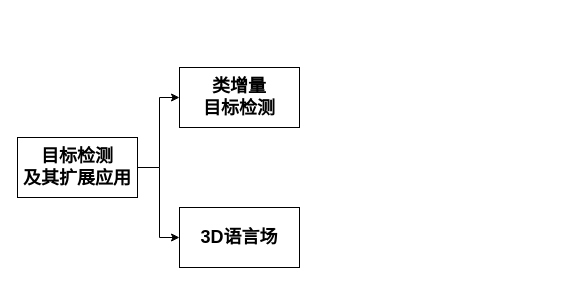
The draw.io diagram 方法脉络图.drawio in wangdayan/HuffmanTree, before the edit. Source tidied: cells renumbered, new cells numbered last; positions are measured from the earlier drawing's top-left corner, leaving out a move shared by most shapes. Both pictures are drawn from the tidied source at 100%, with x=0, y=0 at pixel (17, 67).
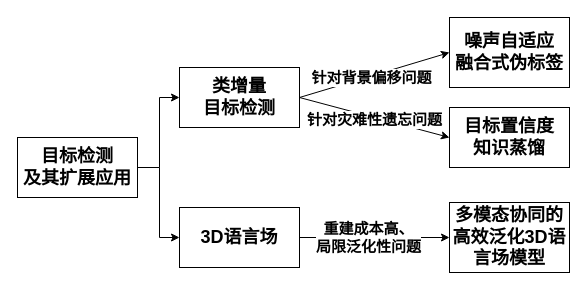
The same diagram, later.

Commit message:
方法脉络图.drawio

Unchanged cells that the change refers to:
```xml
<mxCell id="3" value="&lt;span style=&quot;font-size: 18px;&quot;&gt;&lt;b&gt;类增量&lt;/b&gt;&lt;/span&gt;&lt;div&gt;&lt;span style=&quot;font-size: 18px;&quot;&gt;&lt;b&gt;目标检测&lt;/b&gt;&lt;/span&gt;&lt;/div&gt;" style="rounded=0;whiteSpace=wrap;html=1;" parent="1" vertex="1">
  <mxGeometry x="162" width="120" height="60" as="geometry" />
</mxCell>
<mxCell id="4" value="&lt;span style=&quot;font-size: 18px;&quot;&gt;&lt;b&gt;3D语言场&lt;/b&gt;&lt;/span&gt;" style="rounded=0;whiteSpace=wrap;html=1;" parent="1" vertex="1">
  <mxGeometry x="162" y="140" width="120" height="60" as="geometry" />
</mxCell>
```

The edit, as a diff of the source:
```diff
@@
+    <mxCell id="8" value="&lt;span style=&quot;background-color: transparent; text-align: left;&quot;&gt;&lt;font style=&quot;font-size: 18px;&quot;&gt;&lt;b&gt;噪声自适应&lt;/b&gt;&lt;/font&gt;&lt;/span&gt;&lt;div&gt;&lt;span style=&quot;background-color: transparent; text-align: left;&quot;&gt;&lt;font style=&quot;font-size: 18px;&quot;&gt;&lt;b&gt;融合式伪标签&lt;/b&gt;&lt;/font&gt;&lt;/span&gt;&lt;/div&gt;" style="rounded=0;whiteSpace=wrap;html=1;" parent="1" vertex="1">
+      <mxGeometry x="432" y="-50" width="120" height="70" as="geometry" />
+    </mxCell>
+    <mxCell id="9" value="&lt;span style=&quot;font-size: 18px;&quot;&gt;&lt;b&gt;目标置信度&lt;/b&gt;&lt;/span&gt;&lt;div&gt;&lt;span style=&quot;font-size: 18px;&quot;&gt;&lt;b&gt;知识蒸馏&lt;/b&gt;&lt;/span&gt;&lt;/div&gt;" style="rounded=0;whiteSpace=wrap;html=1;" parent="1" vertex="1">
+      <mxGeometry x="432" y="40" width="120" height="60" as="geometry" />
+    </mxCell>
+    <mxCell id="10" style="endArrow=classic;html=1;rounded=0;exitX=1;exitY=0.5;exitDx=0;exitDy=0;entryX=0;entryY=0.5;entryDx=0;entryDy=0;" parent="1" edge="1" source="3" target="8">
+      <mxGeometry relative="1" as="geometry" />
+    </mxCell>
+    <mxCell id="11" value="&lt;font style=&quot;font-size: 15px;&quot;&gt;&lt;b style=&quot;&quot;&gt;针对背景偏移问题&lt;/b&gt;&lt;/font&gt;" style="edgeLabel;html=1;align=center;verticalAlign=middle;" parent="10" vertex="1">
+      <mxGeometry x="-0.24" relative="1" as="geometry">
+        <mxPoint x="14" y="-3" as="offset" />
+      </mxGeometry>
+    </mxCell>
+    <mxCell id="12" style="endArrow=classic;html=1;rounded=0;exitX=1;exitY=0.5;exitDx=0;exitDy=0;entryX=0;entryY=0.5;entryDx=0;entryDy=0;" parent="1" edge="1" source="3" target="9">
+      <mxGeometry relative="1" as="geometry" />
+    </mxCell>
+    <mxCell id="13" value="&lt;font style=&quot;font-size: 15px;&quot;&gt;&lt;b&gt;针对灾难性遗忘问题&lt;/b&gt;&lt;/font&gt;" style="edgeLabel;html=1;align=center;verticalAlign=middle;" parent="12" vertex="1">
+      <mxGeometry x="0.01" y="-2" relative="1" as="geometry">
+        <mxPoint y="-1" as="offset" />
+      </mxGeometry>
+    </mxCell>
+    <mxCell id="14" value="&lt;span style=&quot;font-size: 18px;&quot;&gt;&lt;b&gt;多模态协同的高效泛化3D语言场模型&lt;/b&gt;&lt;/span&gt;" style="rounded=0;whiteSpace=wrap;html=1;" parent="1" vertex="1">
+      <mxGeometry x="432" y="135" width="120" height="70" as="geometry" />
+    </mxCell>
+    <mxCell id="15" style="endArrow=classic;html=1;rounded=0;exitX=1;exitY=0.5;exitDx=0;exitDy=0;entryX=0;entryY=0.5;entryDx=0;entryDy=0;" parent="1" edge="1" source="4" target="14">
+      <mxGeometry relative="1" as="geometry" />
+    </mxCell>
+    <mxCell id="16" value="&lt;font style=&quot;font-size: 15px;&quot;&gt;&lt;b&gt;重建成本高、&lt;/b&gt;&lt;/font&gt;&lt;div&gt;&lt;font style=&quot;font-size: 15px;&quot;&gt;&lt;b&gt;局限泛化性问题&lt;/b&gt;&lt;/font&gt;&lt;/div&gt;" style="edgeLabel;html=1;align=center;verticalAlign=middle;" parent="15" vertex="1">
+      <mxGeometry x="-0.1" y="1" relative="1" as="geometry" />
+    </mxCell>
```
